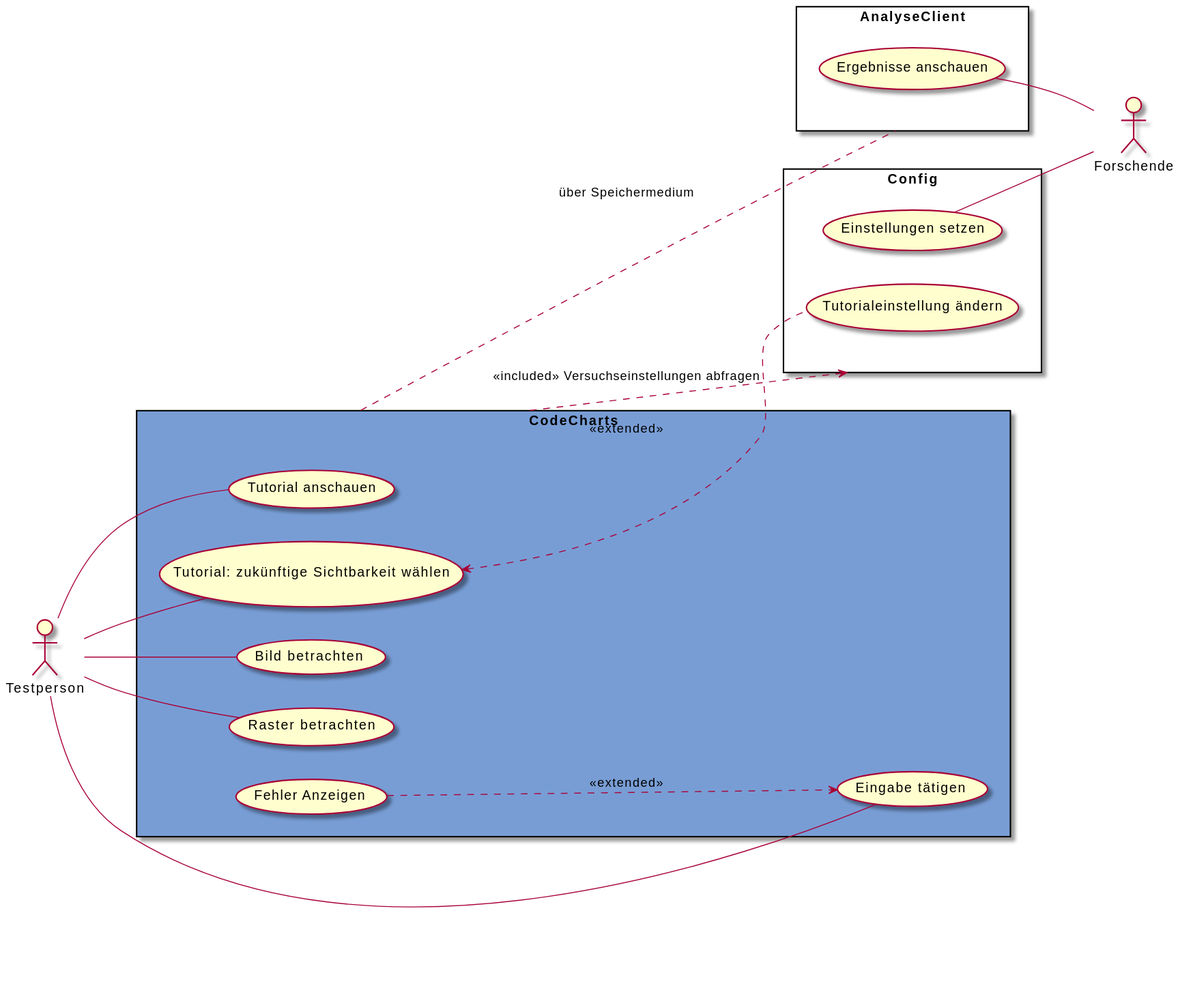
weichware10/meilensteine keeps this PlantUML diagram as meilenstein_05/usecase-CodeCharts/usecase-CodeCharts.svg. Above is the earlier version.
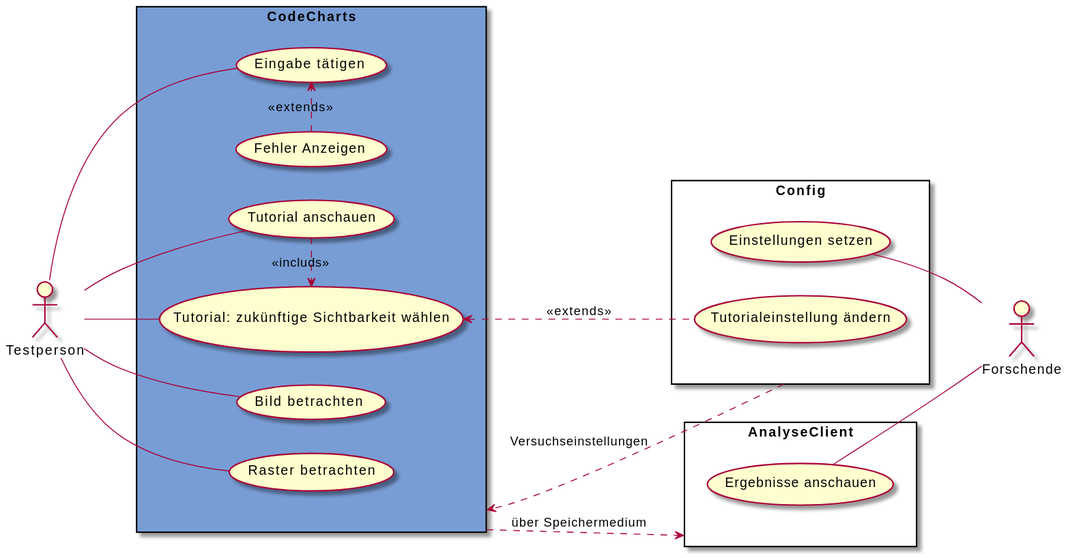
Above is the later version.

Commit message:
rendered SVGs

Change to the diagram source:
```diff
@@ -11,6 +11,10 @@
     usecase "Raster betrachten" as rb
     usecase "Eingabe tätigen" as et
     usecase "Fehler Anzeigen" as fa
+
+
+    fa .r.> et : <<extends>>
+    td .r.> tw : <<includs>>
 }
 
 rectangle AnalyseClient as a {
@@ -31,8 +35,7 @@
 es -- f
 ea -- f
 
-tw <.. tä : <<extended>>
-z .. a : über Speichermedium
-z ..> c : <<included>> Versuchseinstellungen abfragen
-fa ..> et : <<extended>>
+tw <.. tä : <<extends>>
+z ..> a : über Speichermedium
+z <.l. c : Versuchseinstellungen
 @enduml
```
